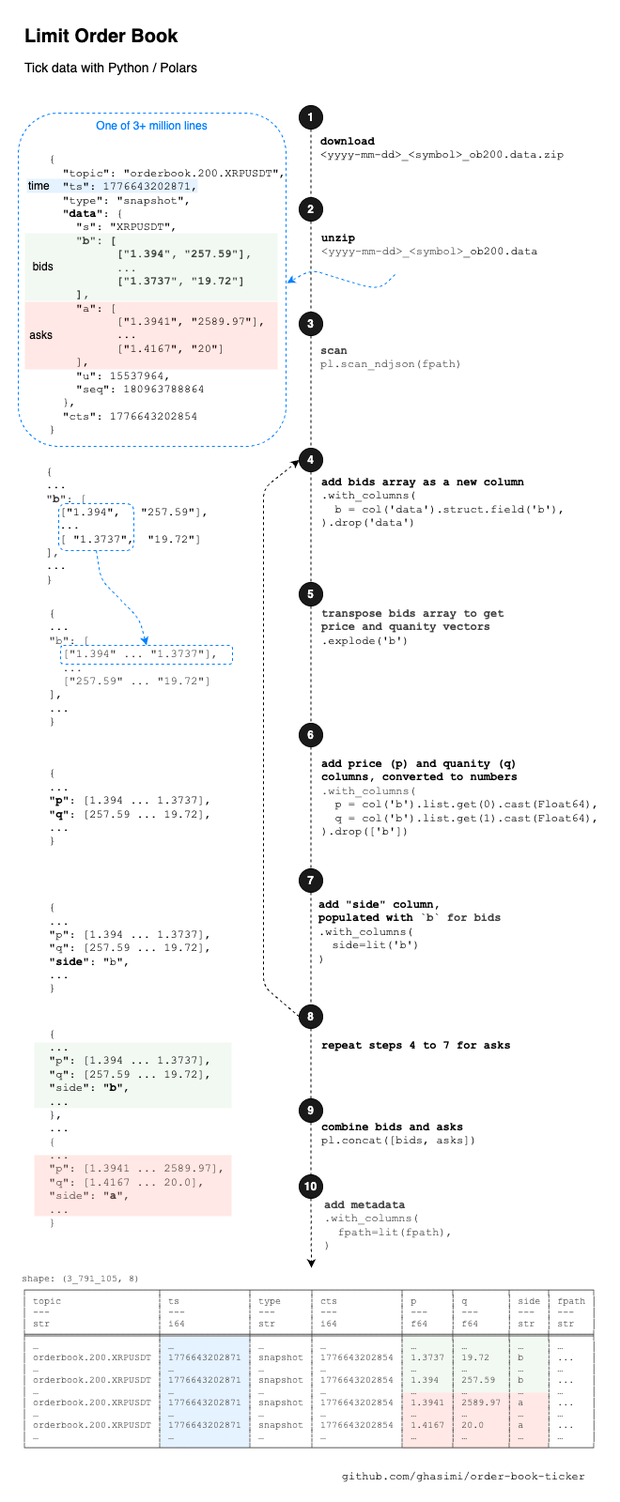
Above: assets/diag-ob-data-process.drawio.png in ghasimi/order-book (draw.io), before the change. Source tidied: cells renumbered, new cells last; positions are measured from the earlier drawing's top-left corner, leaving out a move shared by most shapes.
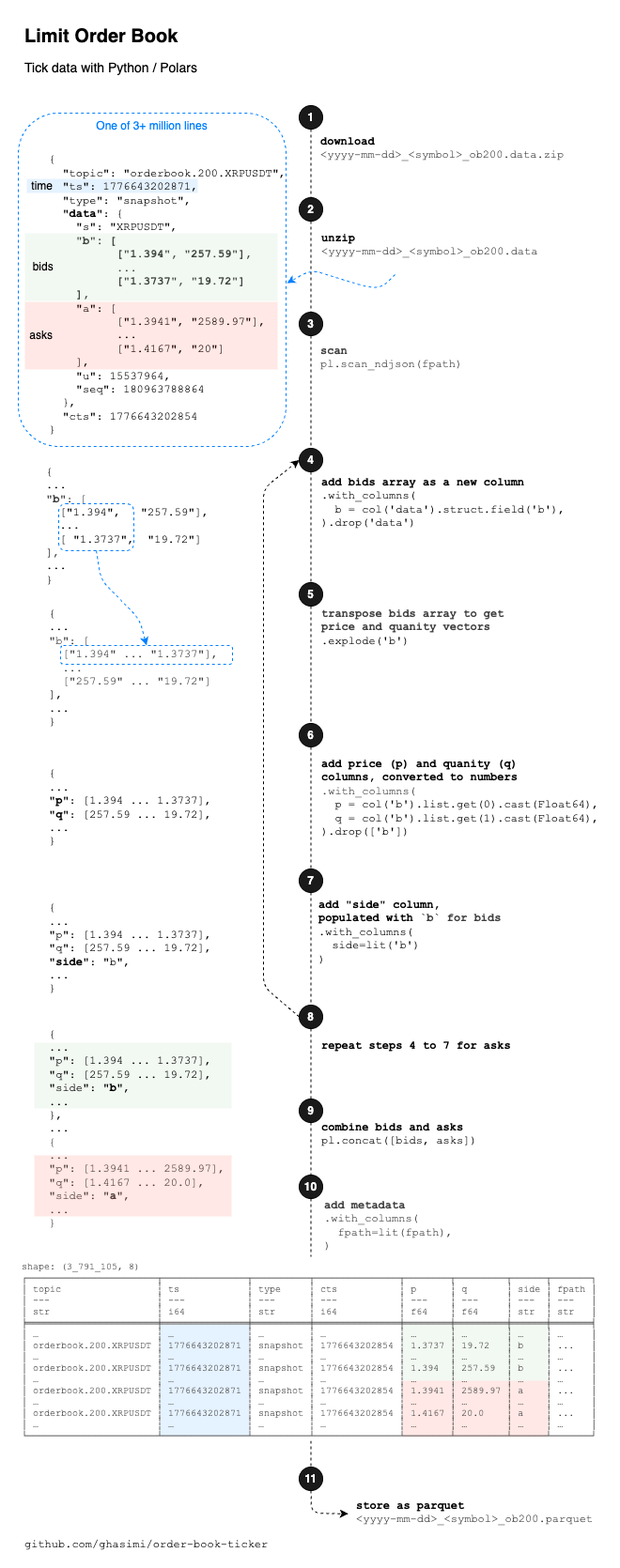
Above is the later version.

Commit message:
Add save-as-parquet step to diagram

What changed in the source:
```diff
@@ -3,7 +3,7 @@
     <mxCell id="0" />
     <mxCell id="1" parent="0" />
     <mxCell id="2" style="rounded=0;whiteSpace=wrap;html=1;align=center;verticalAlign=top;fontFamily=Helvetica;fontSize=12;fontColor=default;fillColor=default;gradientColor=none;strokeColor=none;" parent="1" vertex="1">
-      <mxGeometry width="660" height="1600" as="geometry" />
+      <mxGeometry width="660" height="1670" as="geometry" />
     </mxCell>
     <mxCell id="3" value="One of 3+ million lines" style="rounded=1;whiteSpace=wrap;html=1;align=center;verticalAlign=top;fontFamily=Helvetica;fontSize=12;fontColor=#007FFF;fillColor=none;gradientColor=none;strokeColor=#007FFF;dashed=1;" parent="1" vertex="1">
       <mxGeometry x="19" y="120" width="285" height="355" as="geometry" />
@@ -23,8 +23,8 @@
     <mxCell id="8" value="&lt;div&gt;&lt;b&gt;combine bids and asks&amp;nbsp;&lt;/b&gt;&lt;/div&gt;&lt;div&gt;pl.concat([bids, asks])&lt;/div&gt;" style="text;html=1;align=left;verticalAlign=top;whiteSpace=wrap;rounded=0;fontFamily=Courier New;fontStyle=0;" parent="1" vertex="1">
       <mxGeometry x="340" y="1187" width="317" height="60" as="geometry" />
     </mxCell>
-    <mxCell id="9" value="github.com/ghasimi/order-book-ticker" style="text;html=1;align=right;verticalAlign=middle;whiteSpace=wrap;rounded=0;fontFamily=Courier New;fontStyle=0;" parent="1" vertex="1">
-      <mxGeometry x="255" y="1558" width="370" height="30" as="geometry" />
+    <mxCell id="9" value="github.com/ghasimi/order-book-ticker" style="text;html=1;align=left;verticalAlign=middle;whiteSpace=wrap;rounded=0;fontFamily=Courier New;fontStyle=0;" parent="1" vertex="1">
+      <mxGeometry x="24" y="1630" width="289" height="30" as="geometry" />
     </mxCell>
     <mxCell id="10" value="&lt;h1 style=&quot;margin-top: 0px;&quot;&gt;Limit Order Book&lt;/h1&gt;&lt;p&gt;&lt;font style=&quot;font-size: 14px;&quot;&gt;Tick data with Python / Polars&lt;/font&gt;&lt;/p&gt;" style="text;html=1;whiteSpace=wrap;overflow=hidden;rounded=0;fontSize=10;fontFamily=Helvetica;" parent="1" vertex="1">
       <mxGeometry x="24" y="20" width="367" height="80" as="geometry" />
@@ -32,10 +32,10 @@
     <mxCell id="11" value="&lt;div&gt;&lt;span style=&quot;color: rgb(63, 63, 63); background-color: transparent;&quot;&gt;&lt;b&gt;scan&lt;/b&gt;&lt;/span&gt;&lt;/div&gt;&lt;div&gt;&lt;span style=&quot;color: rgb(63, 63, 63); background-color: transparent;&quot;&gt;pl.scan_ndjson(fpath)&lt;/span&gt;&lt;/div&gt;" style="text;html=1;align=left;verticalAlign=top;whiteSpace=wrap;rounded=0;fontFamily=Courier New;fontStyle=0;" parent="1" vertex="1">
       <mxGeometry x="338.5" y="360" width="320" height="67" as="geometry" />
     </mxCell>
-    <mxCell id="12" value="&lt;div&gt;&lt;b&gt;download&lt;/b&gt;&lt;/div&gt;&lt;div&gt;&amp;lt;yyyy-mm-dd&amp;gt;_&amp;lt;symbol&amp;gt;_ob200.data.zip&lt;/div&gt;" style="text;html=1;align=left;verticalAlign=top;whiteSpace=wrap;rounded=0;fontFamily=Courier New;fontStyle=0;" parent="1" vertex="1">
-      <mxGeometry x="338.5" y="137" width="320" height="53" as="geometry" />
+    <mxCell id="12" value="&lt;div&gt;&lt;b&gt;download&lt;/b&gt;&lt;/div&gt;&lt;div&gt;&lt;span style=&quot;color: rgb(63, 63, 63); background-color: transparent;&quot;&gt;&amp;lt;yyyy-mm-dd&amp;gt;_&amp;lt;symbol&amp;gt;_ob200.data.zip&lt;/span&gt;&lt;/div&gt;" style="text;html=1;align=left;verticalAlign=top;whiteSpace=wrap;rounded=0;fontFamily=Courier New;fontStyle=0;" parent="1" vertex="1">
+      <mxGeometry x="338.5" y="137" width="320" height="73" as="geometry" />
     </mxCell>
-    <mxCell id="13" value="&lt;div&gt;&lt;b&gt;unzip&lt;/b&gt;&lt;/div&gt;&lt;div&gt;&lt;span style=&quot;color: rgb(63, 63, 63); background-color: transparent;&quot;&gt;&amp;lt;yyyy-mm-dd&amp;gt;_&amp;lt;symbol&amp;gt;&lt;/span&gt;_ob200.data&lt;/div&gt;" style="text;html=1;align=left;verticalAlign=top;whiteSpace=wrap;rounded=0;fontFamily=Courier New;fontStyle=0;" parent="1" vertex="1">
+    <mxCell id="13" value="&lt;div&gt;&lt;b&gt;unzip&lt;/b&gt;&lt;/div&gt;&lt;div&gt;&lt;span style=&quot;background-color: transparent; color: rgb(63, 63, 63);&quot;&gt;&amp;lt;yyyy-mm-dd&amp;gt;_&amp;lt;symbol&amp;gt;&lt;/span&gt;&lt;span style=&quot;color: rgb(63, 63, 63); background-color: transparent;&quot;&gt;_ob200.data&lt;/span&gt;&lt;/div&gt;" style="text;html=1;align=left;verticalAlign=top;whiteSpace=wrap;rounded=0;fontFamily=Courier New;fontStyle=0;" parent="1" vertex="1">
       <mxGeometry x="340" y="240" width="320" height="52" as="geometry" />
     </mxCell>
     <mxCell id="14" style="edgeStyle=none;html=1;entryX=0.5;entryY=0;entryDx=0;entryDy=0;endArrow=none;endFill=0;dashed=1;" parent="1" edge="1" source="15" target="35">
@@ -65,7 +65,7 @@
     <mxCell id="22" style="group;strokeColor=none;" parent="1" vertex="1">
       <mxGeometry x="30" y="150" width="313" height="327" as="geometry" />
     </mxCell>
-    <mxCell id="23" value="time" style="rounded=0;whiteSpace=wrap;html=1;fillColor=#007FFF;opacity=10;strokeColor=none;align=left;verticalAlign=middle;" parent="22" vertex="1">
+    <mxCell id="23" value="&amp;nbsp;time" style="rounded=0;whiteSpace=wrap;html=1;fillColor=#007FFF;opacity=10;strokeColor=none;align=left;verticalAlign=middle;" parent="22" vertex="1">
       <mxGeometry x="-2" y="40" width="182" height="15" as="geometry" />
     </mxCell>
     <mxCell id="24" value="&lt;div&gt;&lt;div&gt;{&lt;/div&gt;&lt;div&gt;&amp;nbsp; &quot;topic&quot;: &quot;orderbook.200.XRPUSDT&quot;,&lt;/div&gt;&lt;div&gt;&amp;nbsp; &quot;ts&quot;: 1776643202871,&lt;/div&gt;&lt;div&gt;&amp;nbsp; &quot;type&quot;: &quot;snapshot&quot;,&lt;/div&gt;&lt;div&gt;&amp;nbsp; &quot;&lt;b&gt;data&lt;/b&gt;&quot;: {&lt;/div&gt;&lt;div&gt;&amp;nbsp; &amp;nbsp; &quot;s&quot;: &quot;XRPUSDT&quot;,&lt;/div&gt;&lt;div&gt;&amp;nbsp; &amp;nbsp; &lt;b&gt;&quot;b&quot;: [&lt;/b&gt;&lt;/div&gt;&lt;div&gt;&lt;span style=&quot;white-space: pre; font-weight: bold;&quot;&gt;&#9;&lt;/span&gt;&lt;b style=&quot;white-space: normal;&quot;&gt;&amp;nbsp; &lt;/b&gt;&lt;b&gt;[&quot;1.394&quot;, &quot;257.59&quot;]&lt;/b&gt;&lt;b style=&quot;white-space: normal;&quot;&gt;,&lt;/b&gt;&lt;/div&gt;&lt;div&gt;&lt;span style=&quot;white-space: normal;&quot;&gt;&lt;b&gt;&lt;span style=&quot;white-space:pre&quot;&gt;&#9;&lt;/span&gt;&amp;nbsp; ...&lt;/b&gt;&lt;/span&gt;&lt;/div&gt;&lt;div&gt;&lt;span style=&quot;white-space: normal;&quot;&gt;&lt;b&gt;&lt;span style=&quot;white-space:pre&quot;&gt;&#9;&lt;/span&gt;&amp;nbsp;&amp;nbsp;&lt;/b&gt;&lt;/span&gt;&lt;span style=&quot;background-color: transparent;&quot;&gt;&lt;b&gt;[&quot;1.3737&quot;, &quot;19.72&quot;]&lt;/b&gt;&lt;/span&gt;&lt;/div&gt;&lt;div&gt;&lt;b&gt;&amp;nbsp; &amp;nbsp; ],&lt;/b&gt;&lt;/div&gt;&lt;div&gt;&amp;nbsp; &amp;nbsp; &quot;a&quot;: [&lt;/div&gt;&lt;div&gt;&lt;span style=&quot;white-space: pre;&quot;&gt;&#9;&lt;/span&gt;&amp;nbsp; [&quot;1.3941&quot;, &quot;2589.97&quot;],&lt;/div&gt;&lt;div&gt;&lt;span style=&quot;white-space: normal;&quot;&gt;&lt;span style=&quot;white-space:pre&quot;&gt;&#9;&lt;/span&gt;&amp;nbsp; ...&lt;/span&gt;&lt;/div&gt;&lt;div&gt;&lt;span style=&quot;white-space: pre;&quot;&gt;&#9;&lt;/span&gt;&amp;nbsp; [&quot;1.4167&quot;, &quot;20&quot;]&lt;/div&gt;&lt;div&gt;&amp;nbsp; &amp;nbsp; ],&lt;/div&gt;&lt;div&gt;&amp;nbsp; &amp;nbsp; &quot;u&quot;: 15537964,&lt;/div&gt;&lt;div&gt;&amp;nbsp; &amp;nbsp; &quot;seq&quot;: 180963788864&lt;/div&gt;&lt;div&gt;&amp;nbsp; },&lt;/div&gt;&lt;div&gt;&amp;nbsp; &quot;cts&quot;: 1776643202854&lt;/div&gt;&lt;div&gt;}&lt;/div&gt;&lt;/div&gt;" style="text;html=1;align=left;verticalAlign=middle;whiteSpace=wrap;rounded=0;fontFamily=Courier New;fontStyle=0;" parent="22" vertex="1">
@@ -131,10 +131,8 @@
         </Array>
       </mxGeometry>
     </mxCell>
-    <mxCell id="43" style="edgeStyle=none;html=1;dashed=1;" parent="1" edge="1" source="44">
-      <mxGeometry relative="1" as="geometry">
-        <mxPoint x="331" y="1350" as="targetPoint" />
-      </mxGeometry>
+    <mxCell id="43" style="edgeStyle=none;html=1;dashed=1;entryX=0.5;entryY=0;entryDx=0;entryDy=0;endArrow=none;endFill=0;" parent="1" edge="1" source="44" target="62">
+      <mxGeometry relative="1" as="geometry" />
     </mxCell>
     <mxCell id="44" value="10" style="ellipse;whiteSpace=wrap;html=1;fillColor=#1A1A1A;fontColor=#FFFFFF;fontStyle=1;" parent="1" vertex="1">
       <mxGeometry x="318" y="1251" width="25" height="25" as="geometry" />
@@ -183,8 +181,11 @@
       </mxGeometry>
     </mxCell>
     <mxCell id="55" style="group;" parent="1" vertex="1">
-      <mxGeometry x="21" y="1350" width="618.5" height="198" as="geometry" />
+      <mxGeometry x="21" y="1337" width="618.5" height="204" as="geometry" />
     </mxCell>
+    <mxCell id="61" style="rounded=0;whiteSpace=wrap;html=1;strokeColor=none;" parent="55" vertex="1">
+      <mxGeometry x="275" y="1" width="75" height="196" as="geometry" />
+    </mxCell>
     <mxCell id="56" style="group;" parent="55" vertex="1">
       <mxGeometry x="407" y="73" width="155" height="120" as="geometry" />
     </mxCell>
@@ -200,5 +201,19 @@
     <mxCell id="60" value="&lt;div style=&quot;color: rgb(63, 63, 63); scrollbar-color: rgb(226, 226, 226) rgb(251, 251, 251);&quot;&gt;&lt;div style=&quot;scrollbar-color: rgb(226, 226, 226) rgb(251, 251, 251); color: rgb(63, 63, 63);&quot;&gt;&lt;div style=&quot;scrollbar-color: rgb(226, 226, 226) rgb(251, 251, 251); color: rgb(63, 63, 63);&quot;&gt;&lt;div style=&quot;scrollbar-color: rgb(226, 226, 226) rgb(251, 251, 251); color: rgb(63, 63, 63);&quot;&gt;&lt;div style=&quot;scrollbar-color: rgb(226, 226, 226) rgb(251, 251, 251); color: rgb(63, 63, 63);&quot;&gt;shape: (3_791_105, 8)&lt;/div&gt;&lt;div style=&quot;scrollbar-color: rgb(226, 226, 226) rgb(251, 251, 251); color: rgb(63, 63, 63);&quot;&gt;┌───────────────────────┬───────────────┬──────────┬───────────────┬────────┬─────────┬──────┬───────┐&lt;/div&gt;&lt;div style=&quot;scrollbar-color: rgb(226, 226, 226) rgb(251, 251, 251); color: rgb(63, 63, 63);&quot;&gt;│ topic&amp;nbsp; &amp;nbsp; &amp;nbsp; &amp;nbsp; &amp;nbsp; &amp;nbsp; &amp;nbsp; &amp;nbsp; &amp;nbsp;┆ ts&amp;nbsp; &amp;nbsp; &amp;nbsp; &amp;nbsp; &amp;nbsp; &amp;nbsp; ┆ type&amp;nbsp; &amp;nbsp; &amp;nbsp;┆ cts&amp;nbsp; &amp;nbsp; &amp;nbsp; &amp;nbsp; &amp;nbsp; &amp;nbsp;┆ p&amp;nbsp; &amp;nbsp; &amp;nbsp; ┆ q&amp;nbsp; &amp;nbsp; &amp;nbsp; &amp;nbsp;┆ side ┆ fpath │&lt;/div&gt;&lt;div style=&quot;scrollbar-color: rgb(226, 226, 226) rgb(251, 251, 251); color: rgb(63, 63, 63);&quot;&gt;│ ---&amp;nbsp; &amp;nbsp; &amp;nbsp; &amp;nbsp; &amp;nbsp; &amp;nbsp; &amp;nbsp; &amp;nbsp; &amp;nbsp; &amp;nbsp;┆ ---&amp;nbsp; &amp;nbsp; &amp;nbsp; &amp;nbsp; &amp;nbsp; &amp;nbsp;┆ ---&amp;nbsp; &amp;nbsp; &amp;nbsp; ┆ ---&amp;nbsp; &amp;nbsp; &amp;nbsp; &amp;nbsp; &amp;nbsp; &amp;nbsp;┆ ---&amp;nbsp; &amp;nbsp; ┆ ---&amp;nbsp; &amp;nbsp; &amp;nbsp;┆ ---&amp;nbsp; ┆ ---&amp;nbsp; &amp;nbsp;│&lt;/div&gt;&lt;div style=&quot;scrollbar-color: rgb(226, 226, 226) rgb(251, 251, 251); color: rgb(63, 63, 63);&quot;&gt;│ str&amp;nbsp; &amp;nbsp; &amp;nbsp; &amp;nbsp; &amp;nbsp; &amp;nbsp; &amp;nbsp; &amp;nbsp; &amp;nbsp; &amp;nbsp;┆ i64&amp;nbsp; &amp;nbsp; &amp;nbsp; &amp;nbsp; &amp;nbsp; &amp;nbsp;┆ str&amp;nbsp; &amp;nbsp; &amp;nbsp; ┆ i64&amp;nbsp; &amp;nbsp; &amp;nbsp; &amp;nbsp; &amp;nbsp; &amp;nbsp;┆ f64&amp;nbsp; &amp;nbsp; ┆ f64&amp;nbsp; &amp;nbsp; &amp;nbsp;┆ str&amp;nbsp; ┆ str&amp;nbsp; &amp;nbsp;│&lt;/div&gt;&lt;div style=&quot;scrollbar-color: rgb(226, 226, 226) rgb(251, 251, 251); color: rgb(63, 63, 63);&quot;&gt;╞═══════════════════════╪═══════════════╪══════════╪═══════════════╪════════╪═════════╪══════╪═══════╡&lt;/div&gt;&lt;div style=&quot;scrollbar-color: rgb(226, 226, 226) rgb(251, 251, 251); color: rgb(63, 63, 63);&quot;&gt;│ …&amp;nbsp; &amp;nbsp; &amp;nbsp; &amp;nbsp; &amp;nbsp; &amp;nbsp; &amp;nbsp; &amp;nbsp; &amp;nbsp; &amp;nbsp; &amp;nbsp;┆ …&amp;nbsp; &amp;nbsp; &amp;nbsp; &amp;nbsp; &amp;nbsp; &amp;nbsp; &amp;nbsp;┆ …&amp;nbsp; &amp;nbsp; &amp;nbsp; &amp;nbsp; ┆ …&amp;nbsp; &amp;nbsp; &amp;nbsp; &amp;nbsp; &amp;nbsp; &amp;nbsp; &amp;nbsp;┆ …&amp;nbsp; &amp;nbsp; &amp;nbsp; ┆ …&amp;nbsp; &amp;nbsp; &amp;nbsp; &amp;nbsp;┆ …&amp;nbsp; &amp;nbsp; ┆ …&amp;nbsp; &amp;nbsp; &amp;nbsp;│&lt;/div&gt;&lt;div style=&quot;scrollbar-color: rgb(226, 226, 226) rgb(251, 251, 251); color: rgb(63, 63, 63);&quot;&gt;│ orderbook.200.XRPUSDT ┆ 1776643202871 ┆ snapshot ┆ 1776643202854 ┆ 1.3737 ┆ 19.72&amp;nbsp; &amp;nbsp;┆ b&amp;nbsp; &amp;nbsp; ┆ ...&amp;nbsp; &amp;nbsp;│&lt;/div&gt;&lt;div style=&quot;scrollbar-color: rgb(226, 226, 226) rgb(251, 251, 251); color: rgb(63, 63, 63);&quot;&gt;│ …&amp;nbsp; &amp;nbsp; &amp;nbsp; &amp;nbsp; &amp;nbsp; &amp;nbsp; &amp;nbsp; &amp;nbsp; &amp;nbsp; &amp;nbsp; &amp;nbsp;┆ …&amp;nbsp; &amp;nbsp; &amp;nbsp; &amp;nbsp; &amp;nbsp; &amp;nbsp; &amp;nbsp;┆ …&amp;nbsp; &amp;nbsp; &amp;nbsp; &amp;nbsp; ┆ …&amp;nbsp; &amp;nbsp; &amp;nbsp; &amp;nbsp; &amp;nbsp; &amp;nbsp; &amp;nbsp;┆ …&amp;nbsp; &amp;nbsp; &amp;nbsp; ┆ …&amp;nbsp; &amp;nbsp; &amp;nbsp; &amp;nbsp;┆ …&amp;nbsp; &amp;nbsp; ┆ …&amp;nbsp; &amp;nbsp; &amp;nbsp;│&lt;/div&gt;&lt;div style=&quot;scrollbar-color: rgb(226, 226, 226) rgb(251, 251, 251); color: rgb(63, 63, 63);&quot;&gt;│ orderbook.200.XRPUSDT ┆ 1776643202871 ┆ snapshot ┆ 1776643202854 ┆ 1.394&amp;nbsp; ┆ 257.59&amp;nbsp; ┆ b&amp;nbsp; &amp;nbsp; ┆ ...&amp;nbsp; &amp;nbsp;│&lt;/div&gt;&lt;div style=&quot;scrollbar-color: rgb(226, 226, 226) rgb(251, 251, 251); color: rgb(63, 63, 63);&quot;&gt;│ …&amp;nbsp; &amp;nbsp; &amp;nbsp; &amp;nbsp; &amp;nbsp; &amp;nbsp; &amp;nbsp; &amp;nbsp; &amp;nbsp; &amp;nbsp; &amp;nbsp;┆ …&amp;nbsp; &amp;nbsp; &amp;nbsp; &amp;nbsp; &amp;nbsp; &amp;nbsp; &amp;nbsp;┆ …&amp;nbsp; &amp;nbsp; &amp;nbsp; &amp;nbsp; ┆ …&amp;nbsp; &amp;nbsp; &amp;nbsp; &amp;nbsp; &amp;nbsp; &amp;nbsp; &amp;nbsp;┆ …&amp;nbsp; &amp;nbsp; &amp;nbsp; ┆ …&amp;nbsp; &amp;nbsp; &amp;nbsp; &amp;nbsp;┆ …&amp;nbsp; &amp;nbsp; ┆ …&amp;nbsp; &amp;nbsp; &amp;nbsp;│&lt;/div&gt;&lt;div style=&quot;scrollbar-color: rgb(226, 226, 226) rgb(251, 251, 251); color: rgb(63, 63, 63);&quot;&gt;│ orderbook.200.XRPUSDT ┆ 1776643202871 ┆ snapshot ┆ 1776643202854 ┆ 1.3941 ┆ 2589.97 ┆ a&amp;nbsp; &amp;nbsp; ┆ ...&amp;nbsp; &amp;nbsp;│&lt;/div&gt;&lt;div style=&quot;scrollbar-color: rgb(226, 226, 226) rgb(251, 251, 251); color: rgb(63, 63, 63);&quot;&gt;│ …&amp;nbsp; &amp;nbsp; &amp;nbsp; &amp;nbsp; &amp;nbsp; &amp;nbsp; &amp;nbsp; &amp;nbsp; &amp;nbsp; &amp;nbsp; &amp;nbsp;┆ …&amp;nbsp; &amp;nbsp; &amp;nbsp; &amp;nbsp; &amp;nbsp; &amp;nbsp; &amp;nbsp;┆ …&amp;nbsp; &amp;nbsp; &amp;nbsp; &amp;nbsp; ┆ …&amp;nbsp; &amp;nbsp; &amp;nbsp; &amp;nbsp; &amp;nbsp; &amp;nbsp; &amp;nbsp;┆ …&amp;nbsp; &amp;nbsp; &amp;nbsp; ┆ …&amp;nbsp; &amp;nbsp; &amp;nbsp; &amp;nbsp;┆ …&amp;nbsp; &amp;nbsp; ┆ …&amp;nbsp; &amp;nbsp; &amp;nbsp;│&lt;/div&gt;&lt;div style=&quot;scrollbar-color: rgb(226, 226, 226) rgb(251, 251, 251); color: rgb(63, 63, 63);&quot;&gt;│ orderbook.200.XRPUSDT ┆ 1776643202871 ┆ snapshot ┆ 1776643202854 ┆ 1.4167 ┆ 20.0&amp;nbsp; &amp;nbsp; ┆ a&amp;nbsp; &amp;nbsp; ┆ ...&amp;nbsp; &amp;nbsp;│&lt;/div&gt;&lt;div style=&quot;scrollbar-color: rgb(226, 226, 226) rgb(251, 251, 251); color: rgb(63, 63, 63);&quot;&gt;│ …&amp;nbsp; &amp;nbsp; &amp;nbsp; &amp;nbsp; &amp;nbsp; &amp;nbsp; &amp;nbsp; &amp;nbsp; &amp;nbsp; &amp;nbsp; &amp;nbsp;┆ …&amp;nbsp; &amp;nbsp; &amp;nbsp; &amp;nbsp; &amp;nbsp; &amp;nbsp; &amp;nbsp;┆ …&amp;nbsp; &amp;nbsp; &amp;nbsp; &amp;nbsp; ┆ …&amp;nbsp; &amp;nbsp; &amp;nbsp; &amp;nbsp; &amp;nbsp; &amp;nbsp; &amp;nbsp;┆ …&amp;nbsp; &amp;nbsp; &amp;nbsp; ┆ …&amp;nbsp; &amp;nbsp; &amp;nbsp; &amp;nbsp;┆ …&amp;nbsp; &amp;nbsp; ┆ …&amp;nbsp; &amp;nbsp; &amp;nbsp;│&lt;/div&gt;&lt;div style=&quot;scrollbar-color: rgb(226, 226, 226) rgb(251, 251, 251); color: rgb(63, 63, 63);&quot;&gt;└───────────────────────┴───────────────┴──────────┴───────────────┴────────┴─────────┴──────┴───────┘&lt;/div&gt;&lt;/div&gt;&lt;/div&gt;&lt;/div&gt;&lt;/div&gt;" style="text;html=1;align=left;verticalAlign=top;whiteSpace=wrap;rounded=0;fontFamily=Courier New;fontStyle=0;fontSize=10;" parent="55" vertex="1">
       <mxGeometry width="618.5" height="198" as="geometry" />
     </mxCell>
+    <mxCell id="62" value="11" style="ellipse;whiteSpace=wrap;html=1;fillColor=#1A1A1A;fontColor=#FFFFFF;fontStyle=1;" parent="1" vertex="1">
+      <mxGeometry x="318" y="1562" width="25" height="25" as="geometry" />
+    </mxCell>
+    <mxCell id="63" style="edgeStyle=none;html=1;dashed=1;exitX=0.5;exitY=1;exitDx=0;exitDy=0;entryX=0.561;entryY=0.964;entryDx=0;entryDy=0;entryPerimeter=0;" parent="1" edge="1" source="62">
+      <mxGeometry relative="1" as="geometry">
+        <mxPoint x="370.3" y="1611.9" as="targetPoint" />
+        <Array as="points">
+          <mxPoint x="331" y="1611" />
+        </Array>
+      </mxGeometry>
+    </mxCell>
+    <mxCell id="64" value="&lt;div&gt;&lt;b&gt;store as parquet&lt;/b&gt;&lt;/div&gt;&lt;div&gt;&lt;span style=&quot;background-color: transparent; scrollbar-color: rgb(226, 226, 226) rgb(251, 251, 251); color: rgb(63, 63, 63);&quot;&gt;&amp;lt;yyyy-mm-dd&amp;gt;_&amp;lt;symbol&amp;gt;&lt;/span&gt;&lt;span style=&quot;background-color: transparent; color: rgb(63, 63, 63);&quot;&gt;_ob200.parquet&lt;/span&gt;&lt;/div&gt;" style="text;html=1;align=left;verticalAlign=top;whiteSpace=wrap;rounded=0;fontFamily=Courier New;fontStyle=0;" parent="1" vertex="1">
+      <mxGeometry x="377" y="1590" width="258" height="60" as="geometry" />
+    </mxCell>
   </root>
 </mxGraphModel>
```
